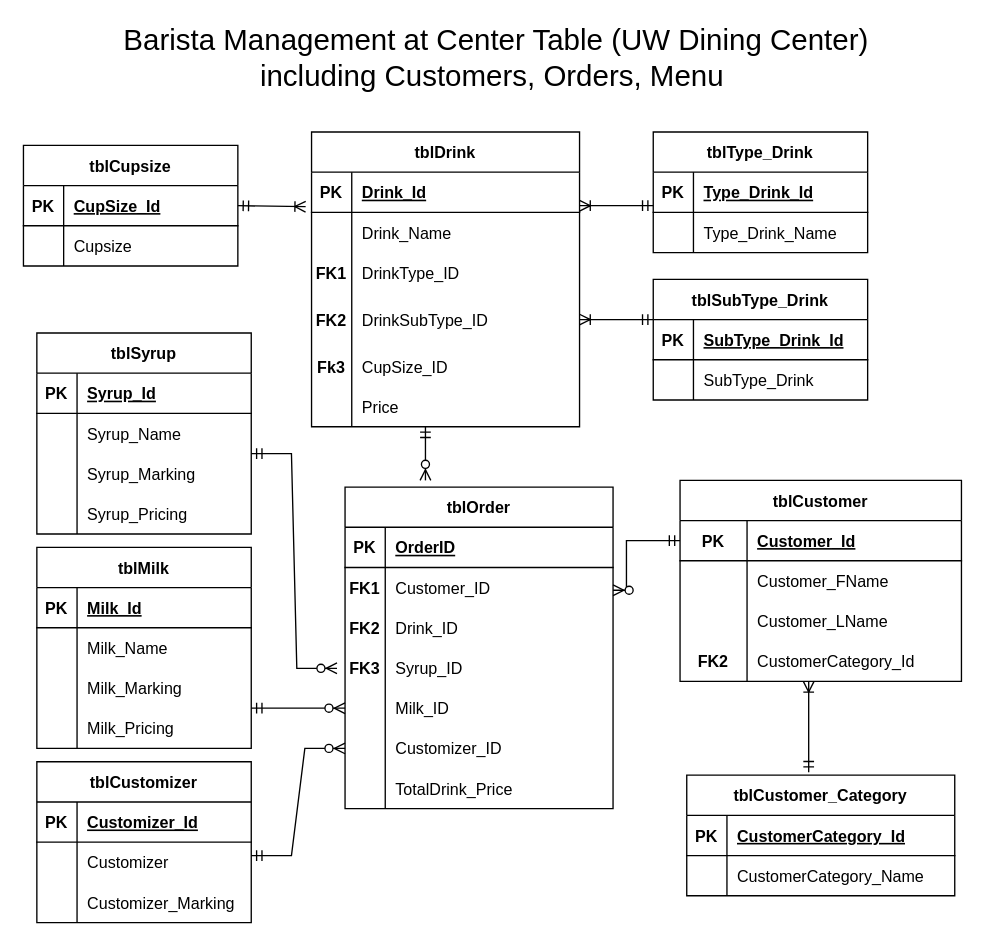
Before: ERD Draft.drawio in SamanAteeq/SQL-Database-Development, a draw.io diagram. Source tidied: cells renumbered, new cells numbered last; positions are measured from the earlier drawing's top-left corner, leaving out a move shared by most shapes. Both pictures are drawn from the tidied source at 134%, with x=0, y=0 at pixel (23, 38).
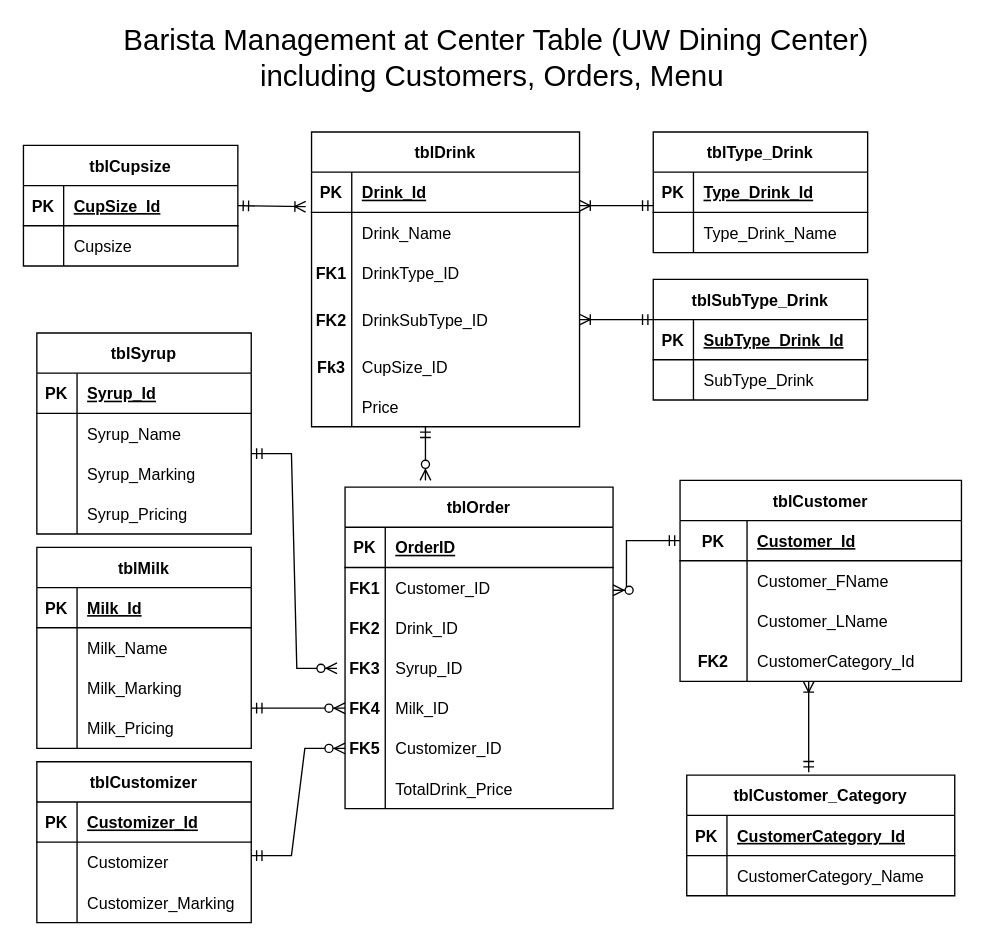
The same page after the edit.

The change refers to these unchanged cells:
```xml
<mxCell id="111" style="shape=tableRow;horizontal=0;startSize=0;swimlaneHead=0;swimlaneBody=0;fillColor=none;points=[[0,0.5],[1,0.5]];portConstraint=eastwest;top=0;left=0;right=0;bottom=0;" parent="98" vertex="1">
  <mxGeometry y="150" width="200" height="30" as="geometry" />
</mxCell>
<mxCell id="114" style="shape=tableRow;horizontal=0;startSize=0;swimlaneHead=0;swimlaneBody=0;fillColor=none;top=0;left=0;right=0;bottom=0;" parent="98" vertex="1">
  <mxGeometry y="180" width="200" height="30" as="geometry" />
</mxCell>
```

What changed in the source:
```diff
@@
-    <mxCell id="112" style="shape=partialRectangle;fillColor=none;top=0;left=0;bottom=0;right=0;overflow=hidden;fontStyle=1;" parent="111" vertex="1">
+    <mxCell id="112" value="FK4" style="shape=partialRectangle;fillColor=none;top=0;left=0;bottom=0;right=0;overflow=hidden;fontStyle=1;" parent="111" vertex="1">
       <mxGeometry width="30" height="30" as="geometry" />
     </mxCell>
@@
-    <mxCell id="115" style="shape=partialRectangle;fillColor=none;top=0;left=0;bottom=0;right=0;overflow=hidden;fontStyle=1;" parent="114" vertex="1">
+    <mxCell id="115" value="FK5" style="shape=partialRectangle;fillColor=none;top=0;left=0;bottom=0;right=0;overflow=hidden;fontStyle=1;" parent="114" vertex="1">
       <mxGeometry width="30" height="30" as="geometry" />
     </mxCell>
```
